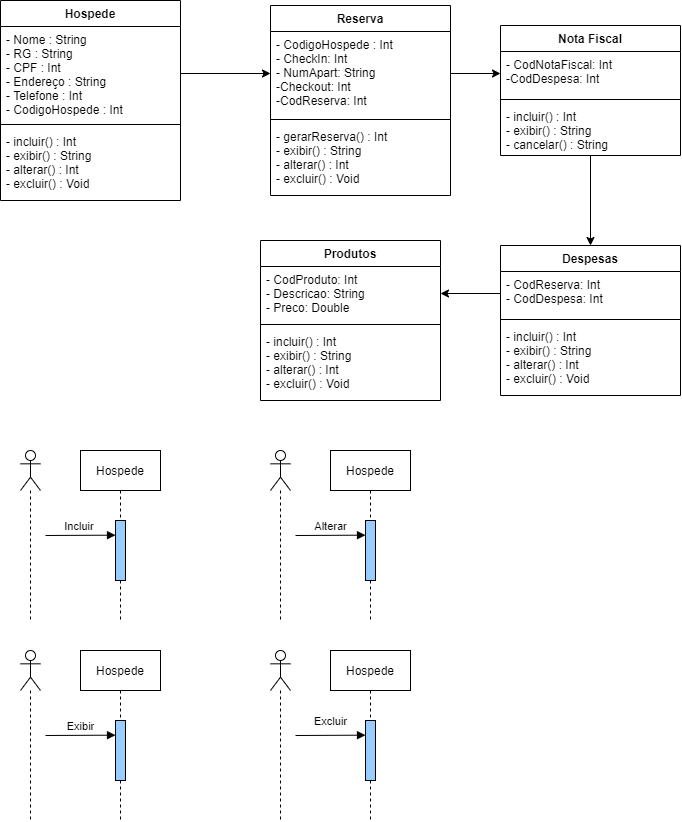
Above: Sequencia e Colab.png in leitoraincomum/engsofII (draw.io), before the change. Source tidied: cells renumbered, new cells last; positions are measured from the earlier drawing's top-left corner, leaving out a move shared by most shapes.
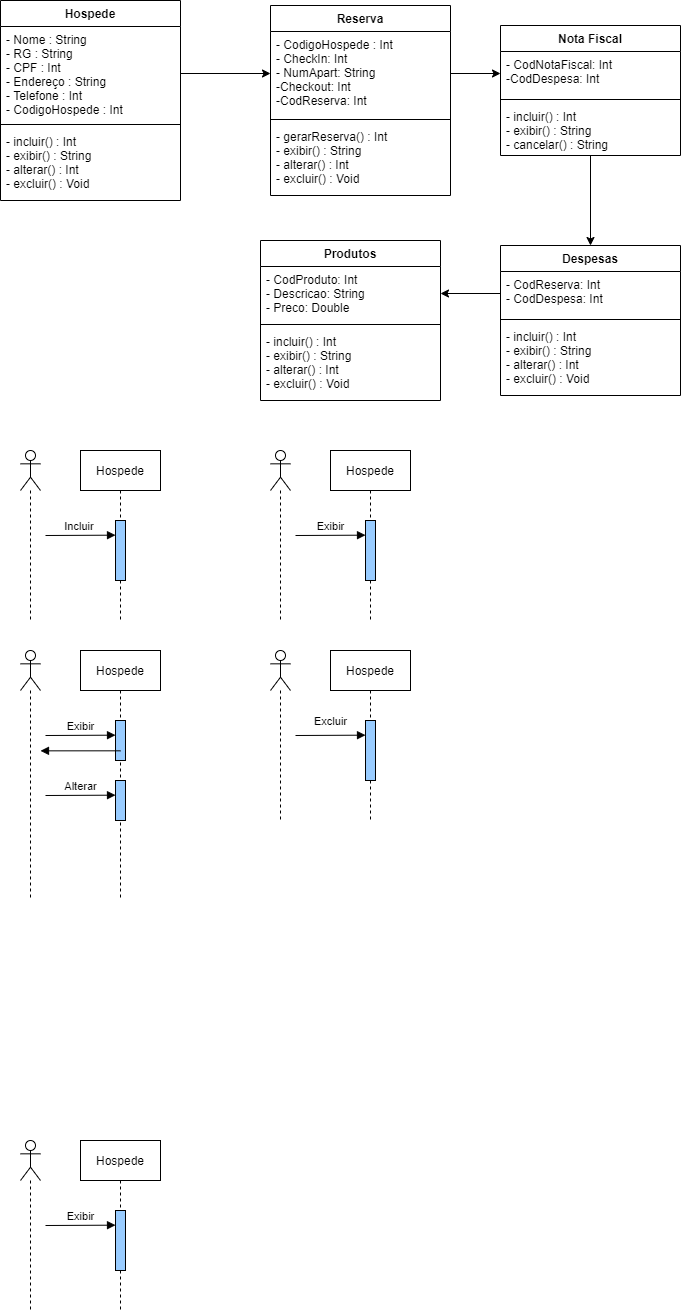
Later version of the same file.

Diff of the diagram source:
```diff
@@ -2,6 +2,12 @@
   <root>
     <mxCell id="0" />
     <mxCell id="1" parent="0" />
+    <mxCell id="33" value="Exibir" style="html=1;verticalAlign=bottom;endArrow=block;" parent="1" edge="1">
+      <mxGeometry relative="1" as="geometry">
+        <mxPoint x="45" y="735" as="sourcePoint" />
+        <mxPoint x="115" y="734.7" as="targetPoint" />
+      </mxGeometry>
+    </mxCell>
     <mxCell id="2" value="Hospede" style="swimlane;fontStyle=1;align=center;verticalAlign=top;horizontal=1;startSize=26;" parent="1" vertex="1">
       <mxGeometry width="180" height="200" as="geometry" />
     </mxCell>
@@ -90,20 +96,23 @@
       </mxGeometry>
     </mxCell>
     <mxCell id="30" value="Hospede" style="shape=umlLifeline;perimeter=lifelinePerimeter;whiteSpace=wrap;html=1;align=center;" parent="1" vertex="1">
-      <mxGeometry x="80" y="650" width="80" height="170" as="geometry" />
+      <mxGeometry x="80" y="650" width="80" height="250" as="geometry" />
     </mxCell>
     <mxCell id="31" style="html=1;points=[];perimeter=orthogonalPerimeter;align=center;fillColor=#99CCFF;" parent="30" vertex="1">
-      <mxGeometry x="35" y="70" width="10" height="60" as="geometry" />
+      <mxGeometry x="35" y="70" width="10" height="40" as="geometry" />
     </mxCell>
+    <mxCell id="42" style="html=1;perimeter=orthogonalPerimeter;align=center;fillColor=#99CCFF;" parent="30" vertex="1">
+      <mxGeometry x="35" y="130" width="10" height="40" as="geometry" />
+    </mxCell>
+    <mxCell id="43" value="Alterar" style="html=1;verticalAlign=bottom;endArrow=block;" parent="30" edge="1">
+      <mxGeometry relative="1" as="geometry">
+        <mxPoint x="-35" y="145" as="sourcePoint" />
+        <mxPoint x="35" y="144.7" as="targetPoint" />
+      </mxGeometry>
+    </mxCell>
     <mxCell id="32" style="shape=umlLifeline;participant=umlActor;perimeter=lifelinePerimeter;whiteSpace=wrap;html=1;verticalAlign=top;spacingTop=36;align=center;" parent="1" vertex="1">
-      <mxGeometry x="20" y="650" width="20" height="170" as="geometry" />
+      <mxGeometry x="20" y="650" width="20" height="250" as="geometry" />
     </mxCell>
-    <mxCell id="33" value="Exibir" style="html=1;verticalAlign=bottom;endArrow=block;" parent="1" edge="1">
-      <mxGeometry relative="1" as="geometry">
-        <mxPoint x="45" y="735" as="sourcePoint" />
-        <mxPoint x="115" y="734.7" as="targetPoint" />
-      </mxGeometry>
-    </mxCell>
     <mxCell id="34" value="Hospede" style="shape=umlLifeline;perimeter=lifelinePerimeter;whiteSpace=wrap;html=1;align=center;" parent="1" vertex="1">
       <mxGeometry x="330" y="450" width="80" height="170" as="geometry" />
     </mxCell>
@@ -113,7 +122,7 @@
     <mxCell id="36" style="shape=umlLifeline;participant=umlActor;perimeter=lifelinePerimeter;whiteSpace=wrap;html=1;verticalAlign=top;spacingTop=36;align=center;" parent="1" vertex="1">
       <mxGeometry x="270" y="450" width="20" height="170" as="geometry" />
     </mxCell>
-    <mxCell id="37" value="Alterar" style="html=1;verticalAlign=bottom;endArrow=block;" parent="1" edge="1">
+    <mxCell id="37" value="Exibir" style="html=1;verticalAlign=bottom;endArrow=block;" parent="1" edge="1">
       <mxGeometry relative="1" as="geometry">
         <mxPoint x="295" y="535" as="sourcePoint" />
         <mxPoint x="365" y="534.7" as="targetPoint" />
@@ -134,5 +143,25 @@
         <mxPoint x="365" y="734.7" as="targetPoint" />
       </mxGeometry>
     </mxCell>
+    <mxCell id="44" value="Hospede" style="shape=umlLifeline;perimeter=lifelinePerimeter;whiteSpace=wrap;html=1;align=center;" parent="1" vertex="1">
+      <mxGeometry x="80" y="1140" width="80" height="170" as="geometry" />
+    </mxCell>
+    <mxCell id="45" style="html=1;perimeter=orthogonalPerimeter;align=center;fillColor=#99CCFF;" parent="44" vertex="1">
+      <mxGeometry x="35" y="70" width="10" height="60" as="geometry" />
+    </mxCell>
+    <mxCell id="46" style="shape=umlLifeline;participant=umlActor;perimeter=lifelinePerimeter;whiteSpace=wrap;html=1;verticalAlign=top;spacingTop=36;align=center;" parent="1" vertex="1">
+      <mxGeometry x="20" y="1140" width="20" height="170" as="geometry" />
+    </mxCell>
+    <mxCell id="47" value="Exibir" style="html=1;verticalAlign=bottom;endArrow=block;" parent="1" edge="1">
+      <mxGeometry relative="1" as="geometry">
+        <mxPoint x="45" y="1225" as="sourcePoint" />
+        <mxPoint x="115" y="1224.7" as="targetPoint" />
+      </mxGeometry>
+    </mxCell>
+    <mxCell id="48" style="html=1;verticalAlign=bottom;endArrow=block;exitX=0.5;exitY=0.758;exitDx=0;exitDy=0;exitPerimeter=0;" parent="1" edge="1" source="31">
+      <mxGeometry relative="1" as="geometry">
+        <mxPoint x="40" y="750.3" as="targetPoint" />
+      </mxGeometry>
+    </mxCell>
   </root>
 </mxGraphModel>
```
